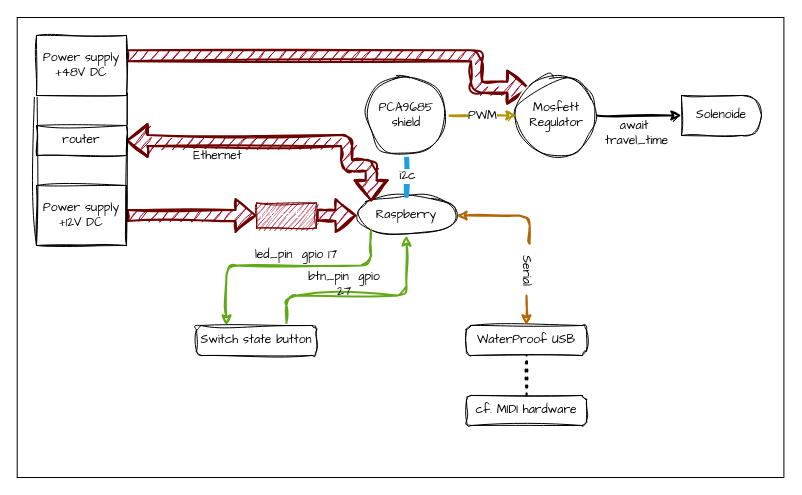
Above: ressources/diagram-hardware.drawio in lan-ensad/cloches-sous-tension (draw.io), before the change. Source tidied: cells renumbered, new cells numbered last; positions are measured from the earlier drawing's top-left corner, leaving out a move shared by most shapes. Both pictures are drawn from the tidied source at 100%, with x=0, y=0 at pixel (17, 17).
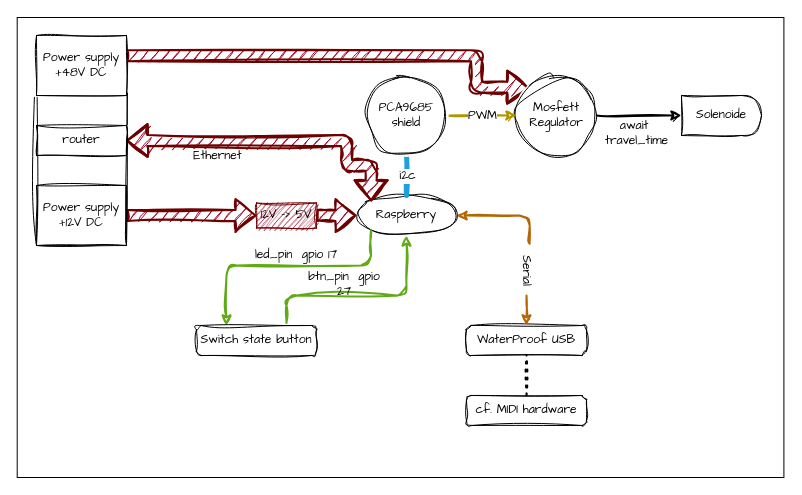
After the change.

What changed in the source:
```diff
@@
-    <mxCell id="11" value="12V -&amp;gt; 5V" style="rounded=0;whiteSpace=wrap;html=1;fontSize=12;sketch=1;curveFitting=1;jiggle=2;fillColor=#a20025;fontColor=#FFFFFF;strokeColor=#6F0000;fontFamily=Architects Daughter;" parent="1" vertex="1">
+    <mxCell id="11" value="&lt;font color=&quot;#000000&quot;&gt;12V -&amp;gt; 5V&lt;/font&gt;" style="rounded=0;whiteSpace=wrap;html=1;fontSize=12;sketch=1;curveFitting=1;jiggle=2;fillColor=#a20025;fontColor=#FFFFFF;strokeColor=#6F0000;fontFamily=Architects Daughter;" parent="1" vertex="1">
       <mxGeometry x="239" y="185.5" width="60" height="25" as="geometry" />
     </mxCell>
```
